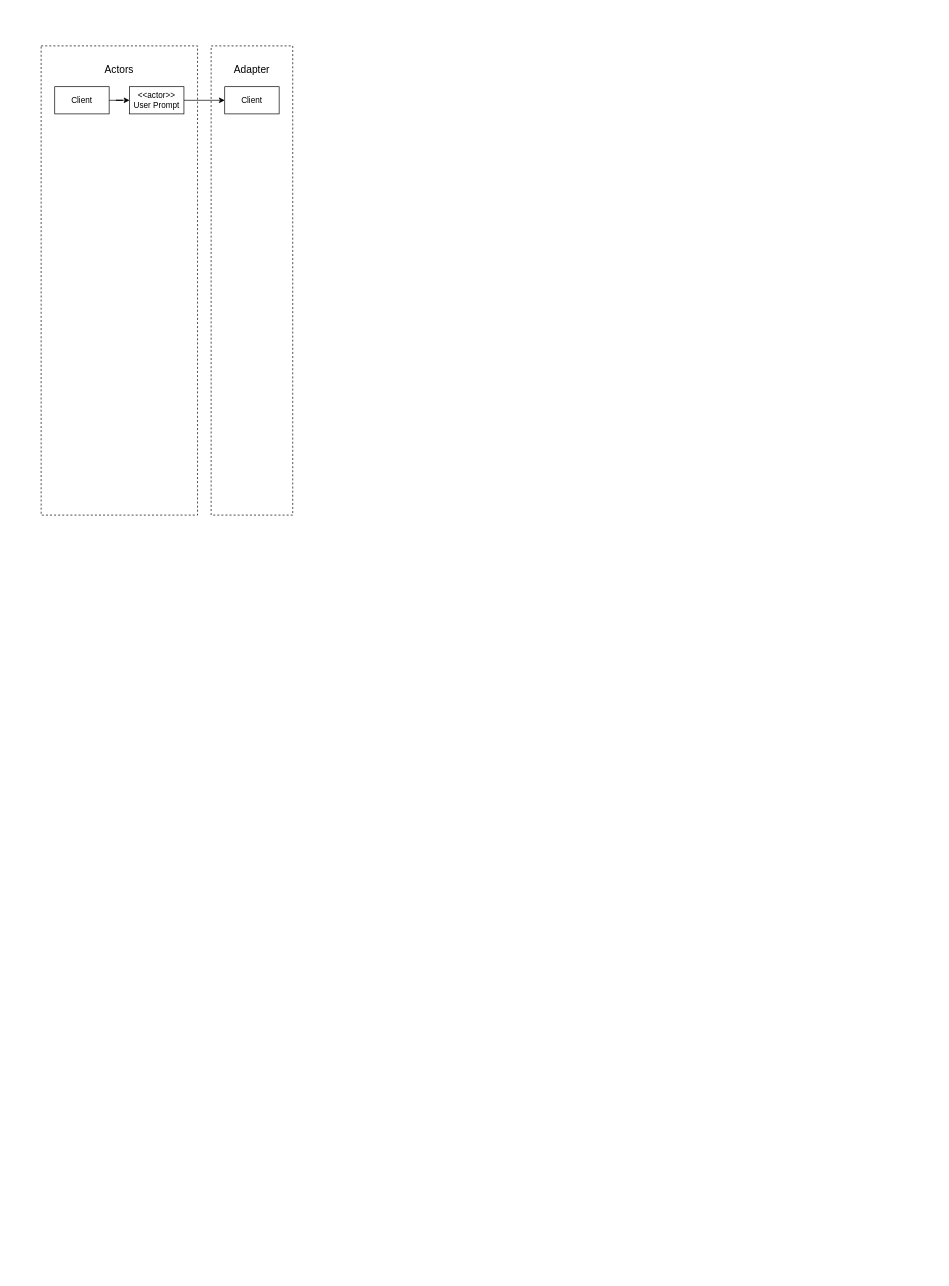
orchlonn/design-doc keeps this draw.io diagram as egun8n-hexagonal-architecture.drawio. Above is the earlier version. Source tidied: cells renumbered, new cells numbered last; positions are measured from the earlier drawing's top-left corner, leaving out a move shared by most shapes. Both pictures are drawn from the tidied source at 68%, with x=0, y=0 at pixel (41, 46).
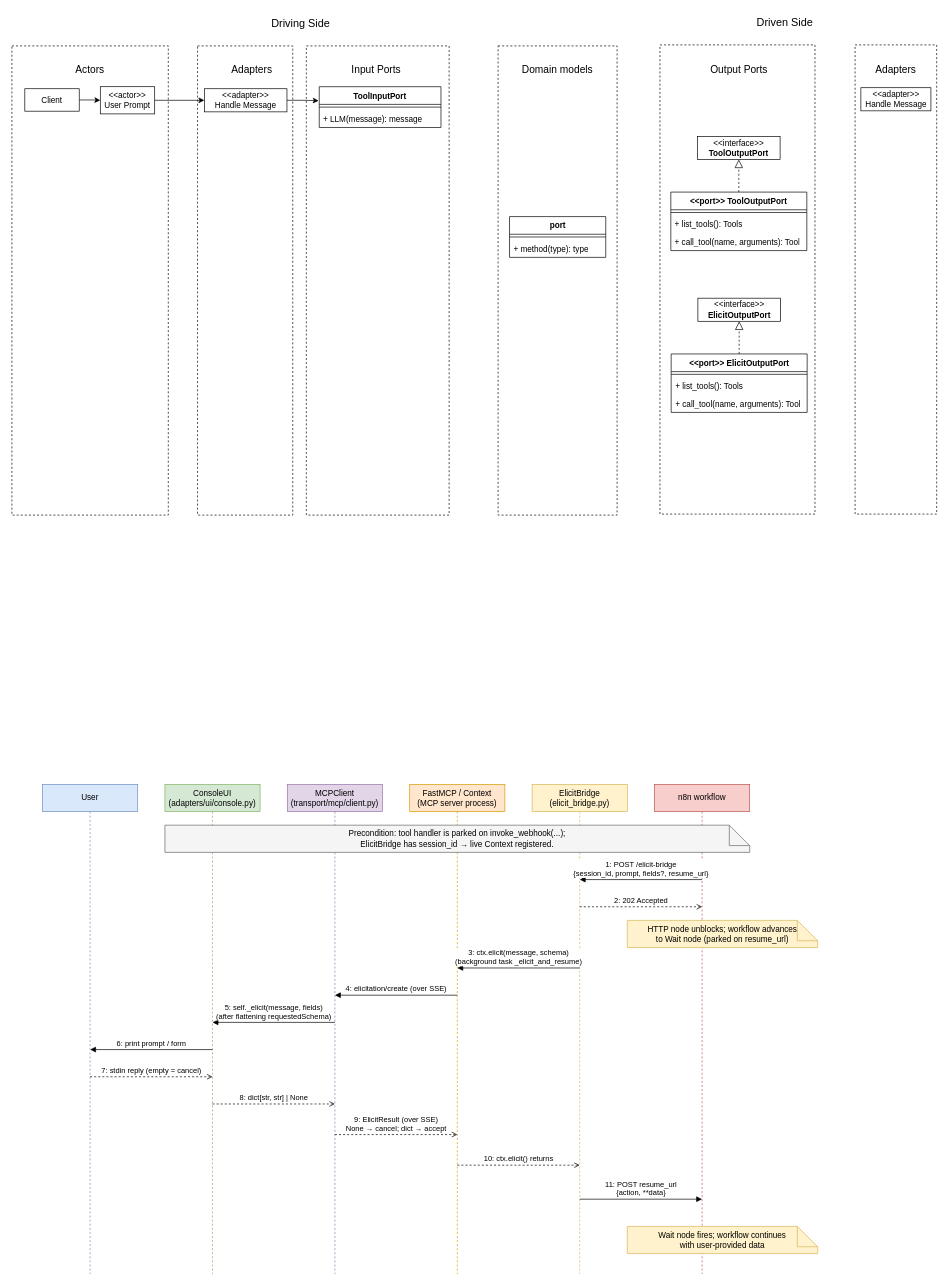
Above is the later version.

The edit, as a diff of the source:
```diff
@@
     <mxCell id="2" style="rounded=0;whiteSpace=wrap;html=1;dashed=1;fillColor=none;" parent="1" vertex="1">
-      <mxGeometry width="230" height="690" as="geometry" />
+      <mxGeometry x="-43" width="230" height="690" as="geometry" />
     </mxCell>
     <mxCell id="3" value="&lt;font style=&quot;font-size: 15px;&quot;&gt;Actors&lt;/font&gt;" style="text;html=1;whiteSpace=wrap;strokeColor=none;fillColor=none;align=center;verticalAlign=middle;rounded=0;" parent="1" vertex="1">
-      <mxGeometry x="85" y="20" width="60" height="30" as="geometry" />
+      <mxGeometry x="42" y="20" width="60" height="30" as="geometry" />
     </mxCell>
@@
     <mxCell id="5" value="Client" style="rounded=0;whiteSpace=wrap;html=1;" parent="1" vertex="1">
-      <mxGeometry x="20" y="60" width="80" height="40" as="geometry" />
+      <mxGeometry x="-24" y="63" width="80" height="33" as="geometry" />
     </mxCell>
@@
     <mxCell id="7" value="&lt;div&gt;&amp;lt;&amp;lt;actor&amp;gt;&amp;gt;&lt;/div&gt;User Prompt" style="rounded=0;whiteSpace=wrap;html=1;" parent="1" vertex="1">
-      <mxGeometry x="130" y="60" width="80" height="40" as="geometry" />
+      <mxGeometry x="87" y="60" width="80" height="40" as="geometry" />
     </mxCell>
     <mxCell id="8" style="rounded=0;whiteSpace=wrap;html=1;dashed=1;gradientColor=none;fillColor=none;" parent="1" vertex="1">
-      <mxGeometry x="250" width="120" height="690" as="geometry" />
+      <mxGeometry x="230" width="140" height="690" as="geometry" />
     </mxCell>
-    <mxCell id="9" value="&lt;font style=&quot;font-size: 15px;&quot;&gt;Adapter&lt;/font&gt;" style="text;html=1;whiteSpace=wrap;strokeColor=none;fillColor=none;align=center;verticalAlign=middle;rounded=0;" parent="1" vertex="1">
+    <mxCell id="9" value="&lt;font style=&quot;font-size: 15px;&quot;&gt;Adapters&lt;/font&gt;" style="text;html=1;whiteSpace=wrap;strokeColor=none;fillColor=none;align=center;verticalAlign=middle;rounded=0;" parent="1" vertex="1">
       <mxGeometry x="280" y="20" width="60" height="30" as="geometry" />
     </mxCell>
+    <mxCell id="11" style="edgeStyle=orthogonalEdgeStyle;rounded=0;jettySize=auto;html=1;entryX=-0.005;entryY=0.342;entryDx=0;entryDy=0;entryPerimeter=0;" parent="1" edge="1" source="10" target="14">
+      <mxGeometry relative="1" as="geometry" />
+    </mxCell>
-    <mxCell id="10" value="Client" style="rounded=0;whiteSpace=wrap;html=1;" parent="1" vertex="1">
-      <mxGeometry x="270" y="60" width="80" height="40" as="geometry" />
+    <mxCell id="10" value="&amp;lt;&amp;lt;adapter&amp;gt;&amp;gt;&lt;div&gt;Handle Message&lt;/div&gt;" style="rounded=0;whiteSpace=wrap;html=1;" parent="1" vertex="1">
+      <mxGeometry x="240" y="63" width="121.5" height="34" as="geometry" />
     </mxCell>
+    <mxCell id="12" style="rounded=0;whiteSpace=wrap;html=1;dashed=1;gradientColor=none;fillColor=none;" parent="1" vertex="1">
+      <mxGeometry x="390" width="210" height="690" as="geometry" />
+    </mxCell>
+    <mxCell id="13" value="&lt;font style=&quot;font-size: 15px;&quot;&gt;Input Ports&lt;/font&gt;" style="text;html=1;whiteSpace=wrap;strokeColor=none;fillColor=none;align=center;verticalAlign=middle;rounded=0;" parent="1" vertex="1">
+      <mxGeometry x="420" y="20" width="146" height="30" as="geometry" />
+    </mxCell>
+    <mxCell id="14" value="ToolInputPort" style="swimlane;fontStyle=1;align=center;verticalAlign=top;horizontal=1;startSize=26;whiteSpace=wrap;html=1;" parent="1" vertex="1">
+      <mxGeometry x="409" y="60" width="179" height="60" as="geometry" />
+    </mxCell>
+    <mxCell id="15" style="line;strokeWidth=1;fillColor=none;align=left;verticalAlign=middle;spacingTop=-1;spacingLeft=3;spacingRight=3;labelPosition=right;strokeColor=inherit;" parent="14" vertex="1">
+      <mxGeometry y="26" width="179" height="8" as="geometry" />
+    </mxCell>
+    <mxCell id="16" value="+ LLM(message): message" style="text;strokeColor=none;fillColor=none;align=left;verticalAlign=top;spacingLeft=4;spacingRight=4;overflow=hidden;whiteSpace=wrap;html=1;" parent="14" vertex="1">
+      <mxGeometry y="34" width="179" height="26" as="geometry" />
+    </mxCell>
+    <mxCell id="17" style="rounded=0;whiteSpace=wrap;html=1;dashed=1;gradientColor=none;fillColor=none;" parent="1" vertex="1">
+      <mxGeometry x="672" width="175" height="690" as="geometry" />
+    </mxCell>
+    <mxCell id="18" value="&lt;font style=&quot;font-size: 15px;&quot;&gt;Domain models&lt;/font&gt;" style="text;html=1;whiteSpace=wrap;strokeColor=none;fillColor=none;align=center;verticalAlign=middle;rounded=0;" parent="1" vertex="1">
+      <mxGeometry x="699" y="20" width="121" height="30" as="geometry" />
+    </mxCell>
+    <mxCell id="19" value="port" style="swimlane;fontStyle=1;align=center;verticalAlign=top;horizontal=1;startSize=26;whiteSpace=wrap;html=1;" parent="1" vertex="1">
+      <mxGeometry x="688.8" y="251" width="141.5" height="60" as="geometry" />
+    </mxCell>
+    <mxCell id="20" style="line;strokeWidth=1;fillColor=none;align=left;verticalAlign=middle;spacingTop=-1;spacingLeft=3;spacingRight=3;labelPosition=right;strokeColor=inherit;" parent="19" vertex="1">
+      <mxGeometry y="26" width="141.5" height="8" as="geometry" />
+    </mxCell>
+    <mxCell id="21" value="+ method(type): type" style="text;strokeColor=none;fillColor=none;align=left;verticalAlign=top;spacingLeft=4;spacingRight=4;overflow=hidden;whiteSpace=wrap;html=1;" parent="19" vertex="1">
+      <mxGeometry y="34" width="141.5" height="26" as="geometry" />
+    </mxCell>
+    <mxCell id="22" style="edgeStyle=orthogonalEdgeStyle;rounded=0;orthogonalLoop=1;jettySize=auto;html=1;exitX=0.5;exitY=1;exitDx=0;exitDy=0;" parent="1" edge="1" source="17" target="17">
+      <mxGeometry relative="1" as="geometry" />
+    </mxCell>
+    <mxCell id="23" style="rounded=0;whiteSpace=wrap;html=1;dashed=1;gradientColor=none;fillColor=none;" parent="1" vertex="1">
+      <mxGeometry x="910" y="-1.5" width="228" height="690" as="geometry" />
+    </mxCell>
+    <mxCell id="24" value="&lt;font style=&quot;font-size: 15px;&quot;&gt;Output Ports&lt;/font&gt;" style="text;html=1;whiteSpace=wrap;strokeColor=none;fillColor=none;align=center;verticalAlign=middle;rounded=0;" parent="1" vertex="1">
+      <mxGeometry x="940" y="18.5" width="173" height="30" as="geometry" />
+    </mxCell>
+    <mxCell id="25" style="edgeStyle=orthogonalEdgeStyle;rounded=0;jettySize=auto;html=1;dashed=1;endArrow=block;endFill=0;endSize=10;" parent="1" edge="1" source="26" target="35">
+      <mxGeometry relative="1" as="geometry" />
+    </mxCell>
+    <mxCell id="26" value="&amp;lt;&amp;lt;port&amp;gt;&amp;gt; ToolOutputPort" style="swimlane;fontStyle=1;align=center;verticalAlign=top;horizontal=1;startSize=26;whiteSpace=wrap;html=1;" parent="1" vertex="1">
+      <mxGeometry x="926" y="215" width="200" height="86" as="geometry" />
+    </mxCell>
+    <mxCell id="27" style="line;strokeWidth=1;fillColor=none;align=left;verticalAlign=middle;spacingTop=-1;spacingLeft=3;spacingRight=3;labelPosition=right;strokeColor=inherit;" parent="26" vertex="1">
+      <mxGeometry y="26" width="200" height="8" as="geometry" />
+    </mxCell>
+    <mxCell id="28" value="+ list_tools(): Tools&lt;div&gt;&lt;br&gt;&lt;/div&gt;" style="text;strokeColor=none;fillColor=none;align=left;verticalAlign=top;spacingLeft=4;spacingRight=4;overflow=hidden;whiteSpace=wrap;html=1;" parent="26" vertex="1">
+      <mxGeometry y="34" width="200" height="26" as="geometry" />
+    </mxCell>
+    <mxCell id="29" value="+ call_tool(name, arguments): Tool" style="text;strokeColor=none;fillColor=none;align=left;verticalAlign=top;spacingLeft=4;spacingRight=4;overflow=hidden;whiteSpace=wrap;html=1;" parent="26" vertex="1">
+      <mxGeometry y="60" width="200" height="26" as="geometry" />
+    </mxCell>
+    <mxCell id="30" style="rounded=0;whiteSpace=wrap;html=1;dashed=1;gradientColor=none;fillColor=none;" parent="1" vertex="1">
+      <mxGeometry x="1197" y="-1.5" width="120" height="690" as="geometry" />
+    </mxCell>
+    <mxCell id="31" value="&lt;font style=&quot;font-size: 15px;&quot;&gt;Adapters&lt;/font&gt;" style="text;html=1;whiteSpace=wrap;strokeColor=none;fillColor=none;align=center;verticalAlign=middle;rounded=0;" parent="1" vertex="1">
+      <mxGeometry x="1227" y="18.5" width="60" height="30" as="geometry" />
+    </mxCell>
+    <mxCell id="32" value="&amp;lt;&amp;lt;adapter&amp;gt;&amp;gt;&lt;div&gt;Handle Message&lt;/div&gt;" style="rounded=0;whiteSpace=wrap;html=1;" parent="1" vertex="1">
+      <mxGeometry x="1205.5" y="61.5" width="103" height="34" as="geometry" />
+    </mxCell>
+    <mxCell id="33" value="&lt;font style=&quot;font-size: 16px;&quot;&gt;Driving Side&lt;/font&gt;" style="text;html=1;whiteSpace=wrap;strokeColor=none;fillColor=none;align=center;verticalAlign=middle;rounded=0;" parent="1" vertex="1">
+      <mxGeometry x="222" y="-49" width="320" height="30" as="geometry" />
+    </mxCell>
+    <mxCell id="34" value="&lt;font style=&quot;font-size: 16px;&quot;&gt;Driven Side&lt;/font&gt;" style="text;html=1;whiteSpace=wrap;strokeColor=none;fillColor=none;align=center;verticalAlign=middle;rounded=0;" parent="1" vertex="1">
+      <mxGeometry x="934" y="-50.5" width="320" height="30" as="geometry" />
+    </mxCell>
+    <mxCell id="35" value="&amp;lt;&amp;lt;interface&amp;gt;&amp;gt;&lt;div&gt;&lt;b&gt;ToolOutputPort&lt;/b&gt;&lt;/div&gt;" style="rounded=0;whiteSpace=wrap;html=1;" parent="1" vertex="1">
+      <mxGeometry x="965.2" y="133" width="121.5" height="34" as="geometry" />
+    </mxCell>
+    <mxCell id="36" style="edgeStyle=orthogonalEdgeStyle;rounded=0;jettySize=auto;html=1;dashed=1;endArrow=block;endFill=0;endSize=10;" parent="1" edge="1" source="37" target="41">
+      <mxGeometry relative="1" as="geometry" />
+    </mxCell>
+    <mxCell id="37" value="&amp;lt;&amp;lt;port&amp;gt;&amp;gt; ElicitOutputPort" style="swimlane;fontStyle=1;align=center;verticalAlign=top;horizontal=1;startSize=26;whiteSpace=wrap;html=1;" parent="1" vertex="1">
+      <mxGeometry x="926.5" y="453" width="200" height="86" as="geometry" />
+    </mxCell>
+    <mxCell id="38" style="line;strokeWidth=1;fillColor=none;align=left;verticalAlign=middle;spacingTop=-1;spacingLeft=3;spacingRight=3;labelPosition=right;strokeColor=inherit;" parent="37" vertex="1">
+      <mxGeometry y="26" width="200" height="8" as="geometry" />
+    </mxCell>
+    <mxCell id="39" value="+ list_tools(): Tools" style="text;strokeColor=none;fillColor=none;align=left;verticalAlign=top;spacingLeft=4;spacingRight=4;overflow=hidden;whiteSpace=wrap;html=1;" parent="37" vertex="1">
+      <mxGeometry y="34" width="200" height="26" as="geometry" />
+    </mxCell>
+    <mxCell id="40" value="+ call_tool(name, arguments): Tool" style="text;strokeColor=none;fillColor=none;align=left;verticalAlign=top;spacingLeft=4;spacingRight=4;overflow=hidden;whiteSpace=wrap;html=1;" parent="37" vertex="1">
+      <mxGeometry y="60" width="200" height="26" as="geometry" />
+    </mxCell>
+    <mxCell id="41" value="&amp;lt;&amp;lt;interface&amp;gt;&amp;gt;&lt;div&gt;&lt;b&gt;ElicitOutputPort&lt;/b&gt;&lt;/div&gt;" style="rounded=0;whiteSpace=wrap;html=1;" parent="1" vertex="1">
+      <mxGeometry x="965.8" y="371" width="121.5" height="34" as="geometry" />
+    </mxCell>
+    <mxCell id="42" value="User" style="shape=umlLifeline;perimeter=lifelinePerimeter;whiteSpace=wrap;html=1;fillColor=#dae8fc;strokeColor=#6c8ebf;" parent="1" vertex="1">
+      <mxGeometry x="2" y="1086" width="140" height="720" as="geometry" />
+    </mxCell>
+    <mxCell id="43" value="ConsoleUI&#10;(adapters/ui/console.py)" style="shape=umlLifeline;perimeter=lifelinePerimeter;whiteSpace=wrap;html=1;fillColor=#d5e8d4;strokeColor=#82b366;" parent="1" vertex="1">
+      <mxGeometry x="182" y="1086" width="140" height="720" as="geometry" />
+    </mxCell>
+    <mxCell id="44" value="MCPClient&#10;(transport/mcp/client.py)" style="shape=umlLifeline;perimeter=lifelinePerimeter;whiteSpace=wrap;html=1;fillColor=#e1d5e7;strokeColor=#9673a6;" parent="1" vertex="1">
+      <mxGeometry x="362" y="1086" width="140" height="720" as="geometry" />
+    </mxCell>
+    <mxCell id="45" value="FastMCP / Context&#10;(MCP server process)" style="shape=umlLifeline;perimeter=lifelinePerimeter;whiteSpace=wrap;html=1;fillColor=#ffe6cc;strokeColor=#d79b00;" parent="1" vertex="1">
+      <mxGeometry x="542" y="1086" width="140" height="720" as="geometry" />
+    </mxCell>
+    <mxCell id="46" value="ElicitBridge&#10;(elicit_bridge.py)" style="shape=umlLifeline;perimeter=lifelinePerimeter;whiteSpace=wrap;html=1;fillColor=#fff2cc;strokeColor=#d6b656;" parent="1" vertex="1">
+      <mxGeometry x="722" y="1086" width="140" height="720" as="geometry" />
+    </mxCell>
+    <mxCell id="47" value="n8n workflow" style="shape=umlLifeline;perimeter=lifelinePerimeter;whiteSpace=wrap;html=1;fillColor=#f8cecc;strokeColor=#b85450;" parent="1" vertex="1">
+      <mxGeometry x="902" y="1086" width="140" height="720" as="geometry" />
+    </mxCell>
+    <mxCell id="48" value="Precondition: tool handler is parked on invoke_webhook(...);&#10;ElicitBridge has session_id → live Context registered." style="shape=note;whiteSpace=wrap;html=1;backgroundOutline=1;fillColor=#f5f5f5;strokeColor=#666666;align=center;" parent="1" vertex="1">
+      <mxGeometry x="182" y="1146" width="860" height="40" as="geometry" />
+    </mxCell>
+    <mxCell id="49" value="1: POST /elicit-bridge&#10;{session_id, prompt, fields?, resume_url}" style="html=1;verticalAlign=bottom;endArrow=block;startArrow=none;align=center;" parent="1" edge="1">
+      <mxGeometry relative="1" as="geometry">
+        <mxPoint x="972" y="1226" as="sourcePoint" />
+        <mxPoint x="792" y="1226" as="targetPoint" />
+      </mxGeometry>
+    </mxCell>
+    <mxCell id="50" value="2: 202 Accepted" style="html=1;verticalAlign=bottom;endArrow=open;dashed=1;startArrow=none;align=center;" parent="1" edge="1">
+      <mxGeometry relative="1" as="geometry">
+        <mxPoint x="792" y="1266" as="sourcePoint" />
+        <mxPoint x="972" y="1266" as="targetPoint" />
+      </mxGeometry>
+    </mxCell>
+    <mxCell id="51" value="HTTP node unblocks; workflow advances&#10;to Wait node (parked on resume_url)" style="shape=note;whiteSpace=wrap;html=1;backgroundOutline=1;fillColor=#fff2cc;strokeColor=#d6b656;align=center;" parent="1" vertex="1">
+      <mxGeometry x="862" y="1286" width="280" height="40" as="geometry" />
+    </mxCell>
+    <mxCell id="52" value="3: ctx.elicit(message, schema)&#10;(background task _elicit_and_resume)" style="html=1;verticalAlign=bottom;endArrow=block;startArrow=none;align=center;" parent="1" edge="1">
+      <mxGeometry relative="1" as="geometry">
+        <mxPoint x="792" y="1356" as="sourcePoint" />
+        <mxPoint x="612" y="1356" as="targetPoint" />
+      </mxGeometry>
+    </mxCell>
+    <mxCell id="53" value="4: elicitation/create (over SSE)" style="html=1;verticalAlign=bottom;endArrow=block;startArrow=none;align=center;" parent="1" edge="1">
+      <mxGeometry relative="1" as="geometry">
+        <mxPoint x="612" y="1396" as="sourcePoint" />
+        <mxPoint x="432" y="1396" as="targetPoint" />
+      </mxGeometry>
+    </mxCell>
+    <mxCell id="54" value="5: self._elicit(message, fields)&#10;(after flattening requestedSchema)" style="html=1;verticalAlign=bottom;endArrow=block;startArrow=none;align=center;" parent="1" edge="1">
+      <mxGeometry relative="1" as="geometry">
+        <mxPoint x="432" y="1436" as="sourcePoint" />
+        <mxPoint x="252" y="1436" as="targetPoint" />
+      </mxGeometry>
+    </mxCell>
+    <mxCell id="55" value="6: print prompt / form" style="html=1;verticalAlign=bottom;endArrow=block;startArrow=none;align=center;" parent="1" edge="1">
+      <mxGeometry relative="1" as="geometry">
+        <mxPoint x="252" y="1476" as="sourcePoint" />
+        <mxPoint x="72" y="1476" as="targetPoint" />
+      </mxGeometry>
+    </mxCell>
+    <mxCell id="56" value="7: stdin reply (empty = cancel)" style="html=1;verticalAlign=bottom;endArrow=open;dashed=1;startArrow=none;align=center;" parent="1" edge="1">
+      <mxGeometry relative="1" as="geometry">
+        <mxPoint x="72" y="1516" as="sourcePoint" />
+        <mxPoint x="252" y="1516" as="targetPoint" />
+      </mxGeometry>
+    </mxCell>
+    <mxCell id="57" value="8: dict[str, str] | None" style="html=1;verticalAlign=bottom;endArrow=open;dashed=1;startArrow=none;align=center;" parent="1" edge="1">
+      <mxGeometry relative="1" as="geometry">
+        <mxPoint x="252" y="1556" as="sourcePoint" />
+        <mxPoint x="432" y="1556" as="targetPoint" />
+      </mxGeometry>
+    </mxCell>
+    <mxCell id="58" value="9: ElicitResult (over SSE)&#10;None → cancel; dict → accept" style="html=1;verticalAlign=bottom;endArrow=open;dashed=1;startArrow=none;align=center;" parent="1" edge="1">
+      <mxGeometry relative="1" as="geometry">
+        <mxPoint x="432" y="1601" as="sourcePoint" />
+        <mxPoint x="612" y="1601" as="targetPoint" />
+      </mxGeometry>
+    </mxCell>
+    <mxCell id="59" value="10: ctx.elicit() returns" style="html=1;verticalAlign=bottom;endArrow=open;dashed=1;startArrow=none;align=center;" parent="1" edge="1">
+      <mxGeometry relative="1" as="geometry">
+        <mxPoint x="612" y="1646" as="sourcePoint" />
+        <mxPoint x="792" y="1646" as="targetPoint" />
+      </mxGeometry>
+    </mxCell>
+    <mxCell id="60" value="11: POST resume_url&#10;{action, **data}" style="html=1;verticalAlign=bottom;endArrow=block;startArrow=none;align=center;" parent="1" edge="1">
+      <mxGeometry relative="1" as="geometry">
+        <mxPoint x="792" y="1696" as="sourcePoint" />
+        <mxPoint x="972" y="1696" as="targetPoint" />
+      </mxGeometry>
+    </mxCell>
+    <mxCell id="61" value="Wait node fires; workflow continues&#10;with user-provided data" style="shape=note;whiteSpace=wrap;html=1;backgroundOutline=1;fillColor=#fff2cc;strokeColor=#d6b656;align=center;" parent="1" vertex="1">
+      <mxGeometry x="862" y="1736" width="280" height="40" as="geometry" />
+    </mxCell>
```
